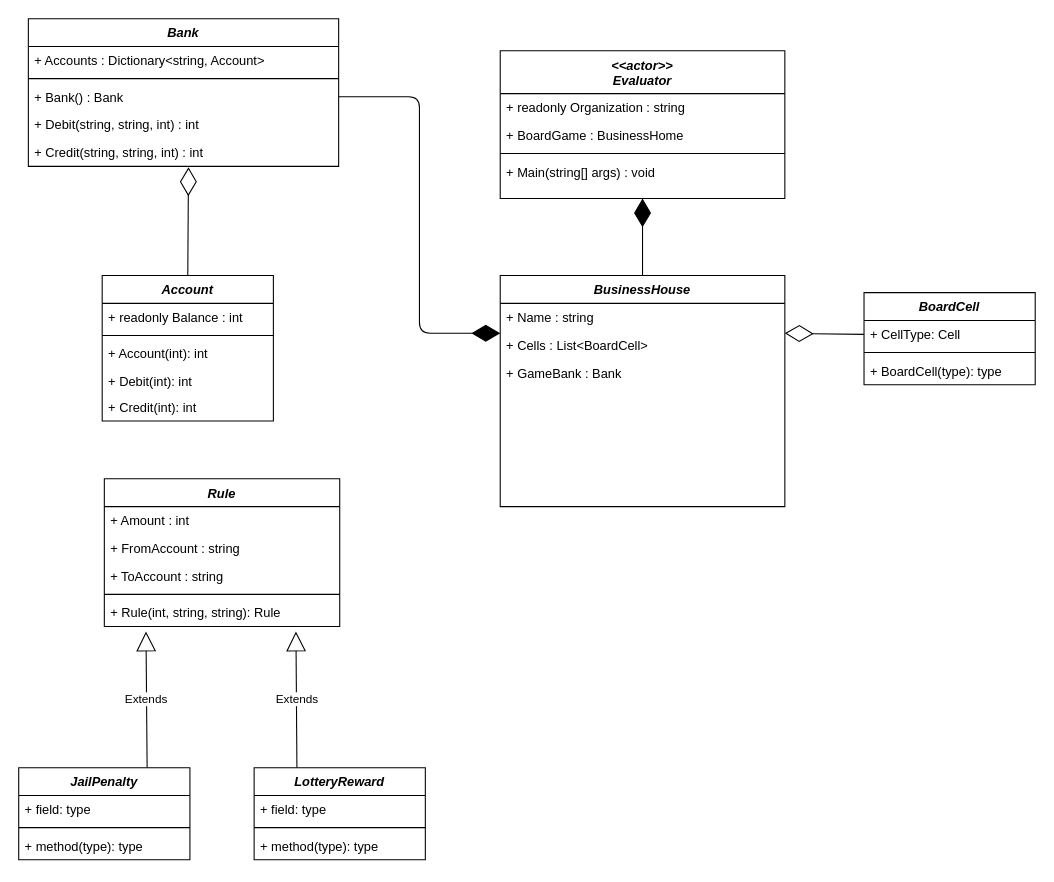
The draw.io diagram design/boardgame-logicalview.drawio in ksivasenthil/boardgame, before the edit. Source tidied: cells renumbered, new cells numbered last; positions are measured from the earlier drawing's top-left corner, leaving out a move shared by most shapes. Both pictures are drawn from the tidied source at 107%, with x=0, y=0 at pixel (18, 18).
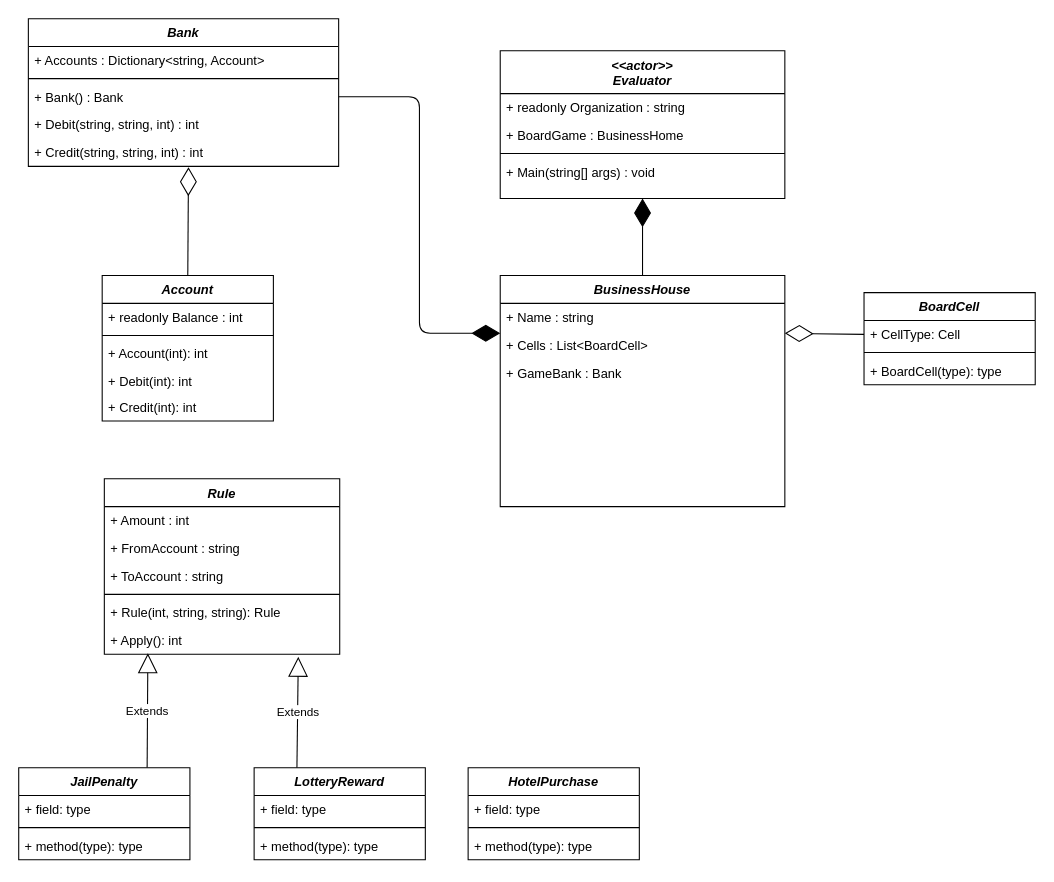
The same page after the edit.

Commit message:
modified the rule type

The change refers to these unchanged cells:
```xml
<mxCell id="32" value="JailPenalty" style="swimlane;fontStyle=3;align=center;verticalAlign=top;horizontal=1;startSize=26;" parent="1" vertex="1">
  <mxGeometry y="700" width="160" height="86" as="geometry" />
</mxCell>
<mxCell id="36" value="LotteryReward" style="swimlane;fontStyle=3;align=center;verticalAlign=top;horizontal=1;startSize=26;" parent="1" vertex="1">
  <mxGeometry x="220" y="700" width="160" height="86" as="geometry" />
</mxCell>
<mxCell id="46" value="+ Rule(int, string, string): Rule" style="text;strokeColor=none;fillColor=none;align=left;verticalAlign=top;spacingLeft=4;spacingRight=4;overflow=hidden;points=[[0,0.5],[1,0.5]];portConstraint=eastwest;" parent="41" vertex="1">
  <mxGeometry y="112" width="220" height="26" as="geometry" />
</mxCell>
```

Diff of the diagram source:
```diff
@@
-    <mxCell id="30" value="Extends" style="endArrow=block;endSize=16;endFill=0;html=1;exitX=0.75;exitY=0;exitDx=0;exitDy=0;entryX=0.177;entryY=1.179;entryDx=0;entryDy=0;entryPerimeter=0;" parent="1" edge="1" source="32" target="46">
+    <mxCell id="30" value="Extends" style="endArrow=block;endSize=16;endFill=0;html=1;exitX=0.75;exitY=0;exitDx=0;exitDy=0;entryX=0.185;entryY=0.964;entryDx=0;entryDy=0;entryPerimeter=0;" parent="1" edge="1" source="32" target="47">
       <mxGeometry relative="1" as="geometry" />
     </mxCell>
-    <mxCell id="31" value="Extends" style="endArrow=block;endSize=16;endFill=0;html=1;exitX=0.25;exitY=0;exitDx=0;exitDy=0;entryX=0.814;entryY=1.179;entryDx=0;entryDy=0;entryPerimeter=0;" parent="1" edge="1" source="36" target="46">
+    <mxCell id="31" value="Extends" style="endArrow=block;endSize=16;endFill=0;html=1;exitX=0.25;exitY=0;exitDx=0;exitDy=0;entryX=0.824;entryY=1.092;entryDx=0;entryDy=0;entryPerimeter=0;" parent="1" edge="1" source="36" target="47">
       <mxGeometry relative="1" as="geometry" />
     </mxCell>
@@
     <mxCell id="41" value="Rule" style="swimlane;fontStyle=3;align=center;verticalAlign=top;horizontal=1;startSize=26;" parent="1" vertex="1">
-      <mxGeometry x="80" y="430" width="220" height="138" as="geometry" />
+      <mxGeometry x="80" y="430" width="220" height="164" as="geometry" />
     </mxCell>
@@
+    <mxCell id="47" value="+ Apply(): int" style="text;strokeColor=none;fillColor=none;align=left;verticalAlign=top;spacingLeft=4;spacingRight=4;overflow=hidden;points=[[0,0.5],[1,0.5]];portConstraint=eastwest;" parent="41" vertex="1">
+      <mxGeometry y="138" width="220" height="26" as="geometry" />
+    </mxCell>
+    <mxCell id="48" value="HotelPurchase" style="swimlane;fontStyle=3;align=center;verticalAlign=top;horizontal=1;startSize=26;" parent="1" vertex="1">
+      <mxGeometry x="420" y="700" width="160" height="86" as="geometry" />
+    </mxCell>
+    <mxCell id="49" value="+ field: type" style="text;strokeColor=none;fillColor=none;align=left;verticalAlign=top;spacingLeft=4;spacingRight=4;overflow=hidden;" parent="48" vertex="1">
+      <mxGeometry y="26" width="160" height="26" as="geometry" />
+    </mxCell>
+    <mxCell id="50" style="line;strokeWidth=1;fillColor=none;align=left;verticalAlign=middle;spacingTop=-1;spacingLeft=3;spacingRight=3;labelPosition=right;" parent="48" vertex="1">
+      <mxGeometry y="52" width="160" height="8" as="geometry" />
+    </mxCell>
+    <mxCell id="51" value="+ method(type): type" style="text;strokeColor=none;fillColor=none;align=left;verticalAlign=top;spacingLeft=4;spacingRight=4;overflow=hidden;" parent="48" vertex="1">
+      <mxGeometry y="60" width="160" height="26" as="geometry" />
+    </mxCell>
```
